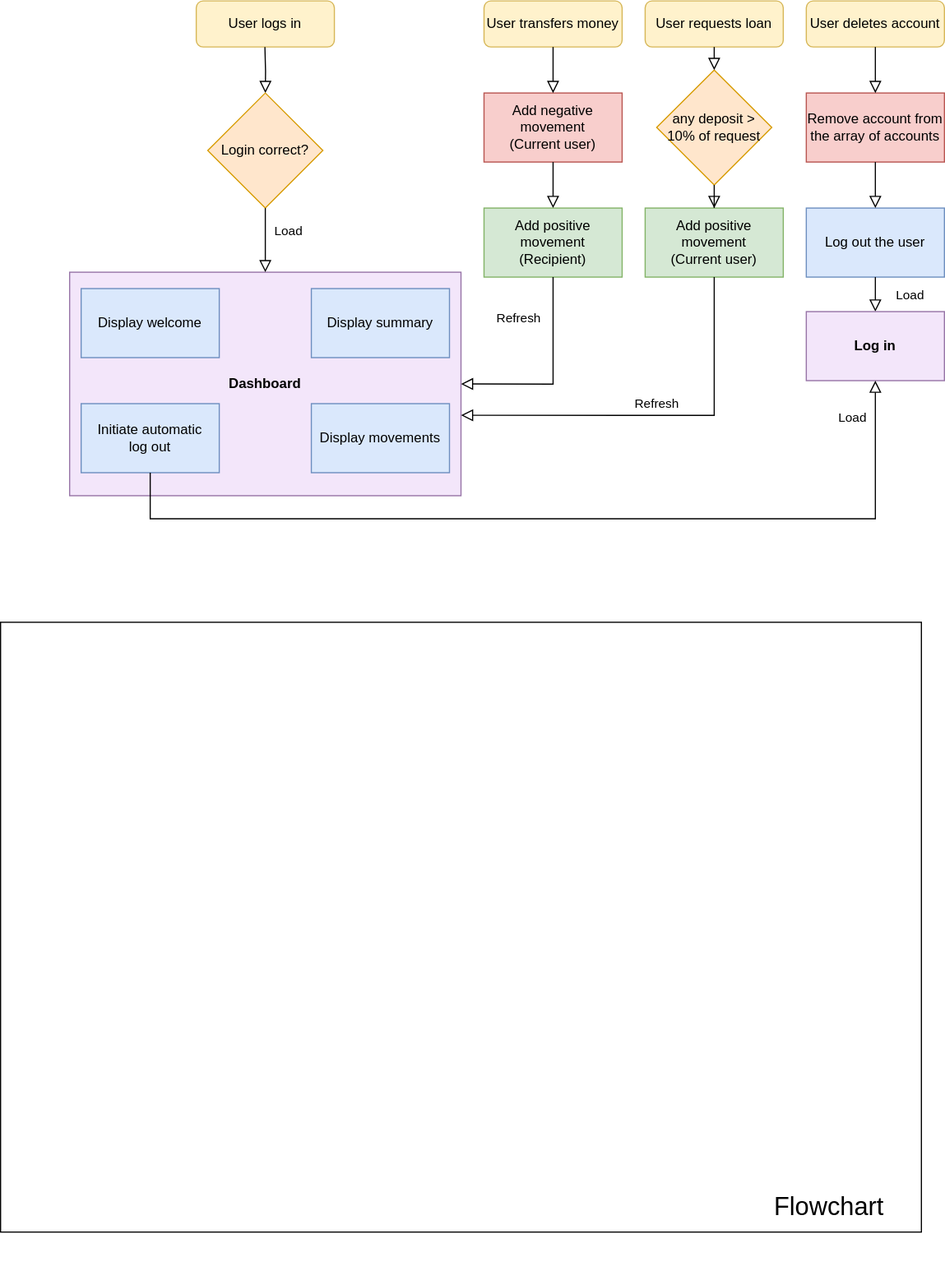
Before: flowchart.drawio.svg, a diagram exported from draw.io (josenavarrohub/vanilla-js-eventify). Source tidied: cells renumbered, new cells last; positions are measured from the earlier drawing's top-left corner, leaving out a move shared by most shapes.
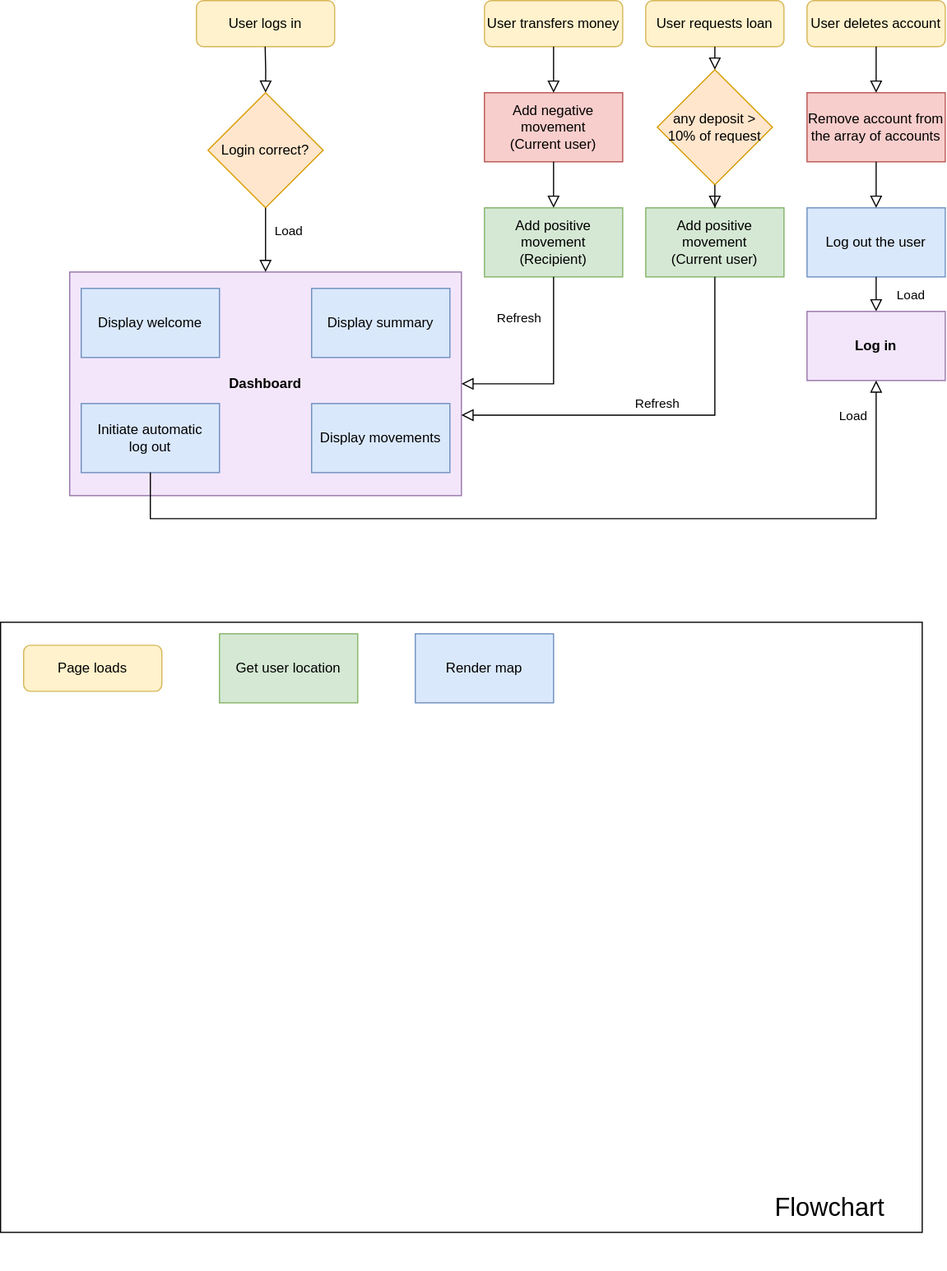
After the commit.

Change to the diagram source:
```diff
@@ -102,5 +102,14 @@
     <mxCell id="32" value="Refresh" style="rounded=0;html=1;jettySize=auto;fontSize=11;endArrow=block;endFill=0;endSize=8;strokeWidth=1;shadow=0;labelBackgroundColor=none;edgeStyle=orthogonalEdgeStyle;entryX=1;entryY=0.64;entryDx=0;entryDy=0;exitX=0.5;exitY=1;exitDx=0;exitDy=0;entryPerimeter=0;" parent="1" edge="1" source="30" target="7">
       <mxGeometry y="-10" relative="1" as="geometry" />
     </mxCell>
+    <mxCell id="33" value="Page loads" style="rounded=1;whiteSpace=wrap;html=1;fontSize=12;glass=0;strokeWidth=1;shadow=0;fillColor=#fff2cc;strokeColor=#d6b656;" parent="1" vertex="1">
+      <mxGeometry x="20" y="560" width="120" height="40" as="geometry" />
+    </mxCell>
+    <mxCell id="34" value="Get user location" style="rounded=0;whiteSpace=wrap;html=1;fillColor=#d5e8d4;strokeColor=#82b366;" parent="1" vertex="1">
+      <mxGeometry x="190" y="550" width="120" height="60" as="geometry" />
+    </mxCell>
+    <mxCell id="35" value="Render map" style="rounded=0;whiteSpace=wrap;html=1;fillColor=#dae8fc;strokeColor=#6c8ebf;" parent="1" vertex="1">
+      <mxGeometry x="360" y="550" width="120" height="60" as="geometry" />
+    </mxCell>
   </root>
 </mxGraphModel>
```
